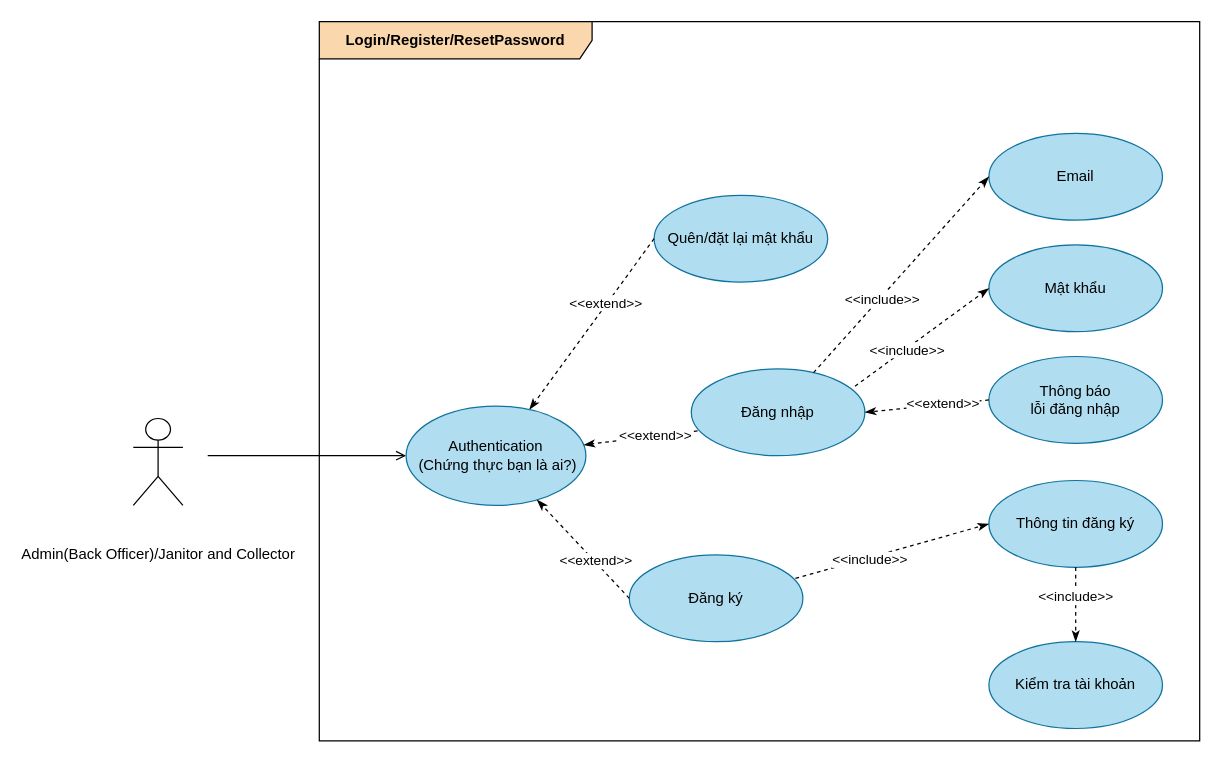
Above: Task 1/1.3/Login, Logout, Reset password.drawio in astr0tas/SE-with-Da-Bois---UWC-2.0 (draw.io), before the change. Source tidied: cells renumbered, new cells numbered last; positions are measured from the earlier drawing's top-left corner, leaving out a move shared by most shapes. Both pictures are drawn from the tidied source at 124%, with x=0, y=0 at pixel (133, 21).
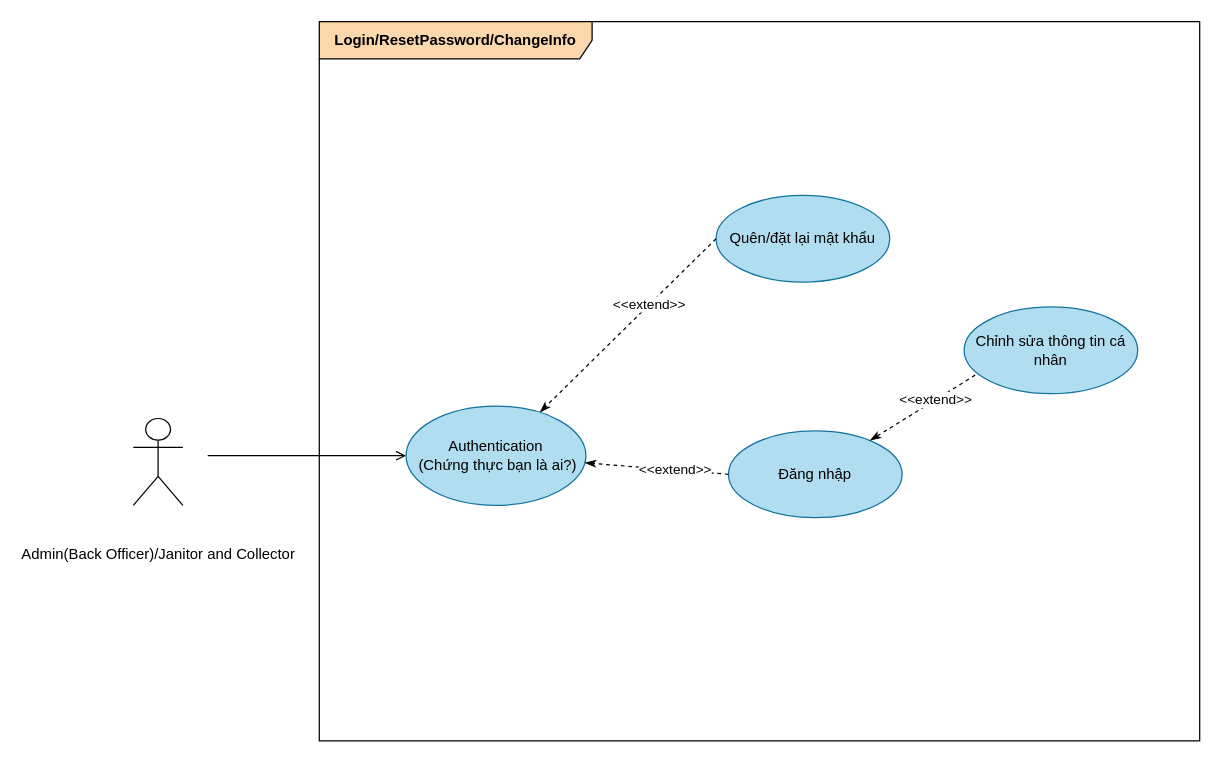
The same page after the edit.

The change refers to these unchanged cells:
```xml
<mxCell id="23" value="Authentication&lt;br&gt;&amp;nbsp;(Chứng thực bạn là ai?)" style="ellipse;whiteSpace=wrap;html=1;fillColor=#b1ddf0;strokeColor=#10739e;" parent="1" vertex="1">
  <mxGeometry x="220" y="310" width="145" height="80" as="geometry" />
</mxCell>
```

Diff of the diagram source:
```diff
@@
-    <mxCell id="3" value="&lt;b&gt;Login/Register/ResetPassword&lt;/b&gt;" style="shape=umlFrame;whiteSpace=wrap;html=1;width=220;height=30;fillColor=#fad7ac;strokeColor=#000000;" parent="1" vertex="1">
+    <mxCell id="3" value="&lt;b&gt;Login/ResetPassword/ChangeInfo&lt;/b&gt;" style="shape=umlFrame;whiteSpace=wrap;html=1;width=220;height=30;fillColor=#fad7ac;strokeColor=#000000;" parent="1" vertex="1">
       <mxGeometry x="150" width="710" height="580" as="geometry" />
     </mxCell>
     <mxCell id="4" value="Đăng nhập" style="ellipse;whiteSpace=wrap;html=1;fillColor=#b1ddf0;strokeColor=#10739e;" parent="1" vertex="1">
-      <mxGeometry x="450" y="280" width="140" height="70" as="geometry" />
+      <mxGeometry x="480" y="330" width="140" height="70" as="geometry" />
     </mxCell>
@@
-    <mxCell id="6" value="Email" style="ellipse;whiteSpace=wrap;html=1;fillColor=#b1ddf0;strokeColor=#10739e;" parent="1" vertex="1">
-      <mxGeometry x="690" y="90" width="140" height="70" as="geometry" />
-    </mxCell>
-    <mxCell id="7" value="Thông báo &lt;br&gt;lỗi đăng nhập" style="ellipse;whiteSpace=wrap;html=1;fillColor=#b1ddf0;strokeColor=#10739e;" parent="1" vertex="1">
-      <mxGeometry x="690" y="270" width="140" height="70" as="geometry" />
-    </mxCell>
-    <mxCell id="8" style="endArrow=classicThin;dashed=1;endFill=1;html=1;rounded=0;entryX=1;entryY=0.5;entryDx=0;entryDy=0;exitX=0;exitY=0.5;exitDx=0;exitDy=0;" parent="1" edge="1" source="7" target="4">
-      <mxGeometry relative="1" as="geometry" />
-    </mxCell>
-    <mxCell id="9" value="&amp;lt;&amp;lt;extend&amp;gt;&amp;gt;" style="edgeLabel;html=1;align=center;verticalAlign=middle;" parent="8" vertex="1">
-      <mxGeometry x="-0.24" y="-1" relative="1" as="geometry" />
-    </mxCell>
-    <mxCell id="10" value="Mật khẩu" style="ellipse;whiteSpace=wrap;html=1;fillColor=#b1ddf0;strokeColor=#10739e;" parent="1" vertex="1">
-      <mxGeometry x="690" y="180" width="140" height="70" as="geometry" />
-    </mxCell>
-    <mxCell id="11" style="endArrow=classicThin;dashed=1;endFill=1;html=1;rounded=0;entryX=0;entryY=0.5;entryDx=0;entryDy=0;exitX=0.943;exitY=0.2;exitDx=0;exitDy=0;exitPerimeter=0;" parent="1" edge="1" source="4" target="10">
-      <mxGeometry relative="1" as="geometry" />
-    </mxCell>
-    <mxCell id="12" value="&amp;lt;&amp;lt;include&amp;gt;&amp;gt;" style="edgeLabel;html=1;align=center;verticalAlign=middle;" parent="11" vertex="1">
-      <mxGeometry x="-0.24" y="-1" relative="1" as="geometry" />
-    </mxCell>
-    <mxCell id="13" style="endArrow=classicThin;dashed=1;endFill=1;html=1;rounded=0;entryX=0;entryY=0.5;entryDx=0;entryDy=0;" parent="1" edge="1" source="4" target="6">
-      <mxGeometry relative="1" as="geometry" />
-    </mxCell>
-    <mxCell id="14" value="&amp;lt;&amp;lt;include&amp;gt;&amp;gt;" style="edgeLabel;html=1;align=center;verticalAlign=middle;" parent="13" vertex="1">
-      <mxGeometry x="-0.24" y="-1" relative="1" as="geometry" />
-    </mxCell>
     <mxCell id="15" value="Quên/đặt lại mật khẩu" style="ellipse;whiteSpace=wrap;html=1;fillColor=#b1ddf0;strokeColor=#10739e;" parent="1" vertex="1">
-      <mxGeometry x="420" y="140" width="140" height="70" as="geometry" />
+      <mxGeometry x="470" y="140" width="140" height="70" as="geometry" />
     </mxCell>
@@
-    <mxCell id="18" value="Đăng ký" style="ellipse;whiteSpace=wrap;html=1;fillColor=#b1ddf0;strokeColor=#10739e;" parent="1" vertex="1">
-      <mxGeometry x="400" y="430" width="140" height="70" as="geometry" />
-    </mxCell>
-    <mxCell id="19" value="Thông tin đăng ký" style="ellipse;whiteSpace=wrap;html=1;fillColor=#b1ddf0;strokeColor=#10739e;" parent="1" vertex="1">
-      <mxGeometry x="690" y="370" width="140" height="70" as="geometry" />
-    </mxCell>
-    <mxCell id="20" value="Kiểm tra&amp;nbsp;tài khoản" style="ellipse;whiteSpace=wrap;html=1;fillColor=#b1ddf0;strokeColor=#10739e;" parent="1" vertex="1">
-      <mxGeometry x="690" y="500" width="140" height="70" as="geometry" />
-    </mxCell>
-    <mxCell id="21" style="endArrow=classicThin;dashed=1;endFill=1;html=1;rounded=0;entryX=0;entryY=0.5;entryDx=0;entryDy=0;exitX=0.957;exitY=0.271;exitDx=0;exitDy=0;exitPerimeter=0;" parent="1" edge="1" source="18" target="19">
-      <mxGeometry relative="1" as="geometry" />
-    </mxCell>
-    <mxCell id="22" value="&amp;lt;&amp;lt;include&amp;gt;&amp;gt;" style="edgeLabel;html=1;align=center;verticalAlign=middle;" parent="21" vertex="1">
-      <mxGeometry x="-0.24" y="-1" relative="1" as="geometry" />
-    </mxCell>
@@
-    <mxCell id="24" style="endArrow=classicThin;dashed=1;endFill=1;html=1;rounded=0;exitX=0.036;exitY=0.714;exitDx=0;exitDy=0;exitPerimeter=0;" parent="1" edge="1" source="4" target="23">
+    <mxCell id="24" style="endArrow=classicThin;dashed=1;endFill=1;html=1;rounded=0;exitX=0;exitY=0.5;exitDx=0;exitDy=0;" parent="1" edge="1" source="4" target="23">
       <mxGeometry relative="1" as="geometry" />
     </mxCell>
@@
-    <mxCell id="26" style="endArrow=classicThin;dashed=1;endFill=1;html=1;rounded=0;exitX=0;exitY=0.5;exitDx=0;exitDy=0;" parent="1" edge="1" source="18" target="23">
-      <mxGeometry relative="1" as="geometry" />
-    </mxCell>
-    <mxCell id="27" value="&amp;lt;&amp;lt;extend&amp;gt;&amp;gt;" style="edgeLabel;html=1;align=center;verticalAlign=middle;" parent="26" vertex="1">
-      <mxGeometry x="-0.24" y="-1" relative="1" as="geometry" />
-    </mxCell>
-    <mxCell id="28" style="endArrow=classicThin;dashed=1;endFill=1;html=1;rounded=0;entryX=0.5;entryY=0;entryDx=0;entryDy=0;" parent="1" edge="1" source="19" target="20">
-      <mxGeometry relative="1" as="geometry" />
-    </mxCell>
-    <mxCell id="29" value="&amp;lt;&amp;lt;include&amp;gt;&amp;gt;" style="edgeLabel;html=1;align=center;verticalAlign=middle;" parent="28" vertex="1">
-      <mxGeometry x="-0.24" y="-1" relative="1" as="geometry" />
-    </mxCell>
+    <mxCell id="30" value="Chỉnh sửa thông tin cá nhân" style="ellipse;whiteSpace=wrap;html=1;fillColor=#b1ddf0;strokeColor=#10739e;" parent="1" vertex="1">
+      <mxGeometry x="670" y="230" width="140" height="70" as="geometry" />
+    </mxCell>
+    <mxCell id="31" style="endArrow=classicThin;dashed=1;endFill=1;html=1;rounded=0;exitX=0.064;exitY=0.786;exitDx=0;exitDy=0;exitPerimeter=0;" parent="1" edge="1" source="30" target="4">
+      <mxGeometry relative="1" as="geometry" />
+    </mxCell>
+    <mxCell id="32" value="&amp;lt;&amp;lt;extend&amp;gt;&amp;gt;" style="edgeLabel;html=1;align=center;verticalAlign=middle;" parent="31" vertex="1">
+      <mxGeometry x="-0.24" y="-1" relative="1" as="geometry" />
+    </mxCell>
```
